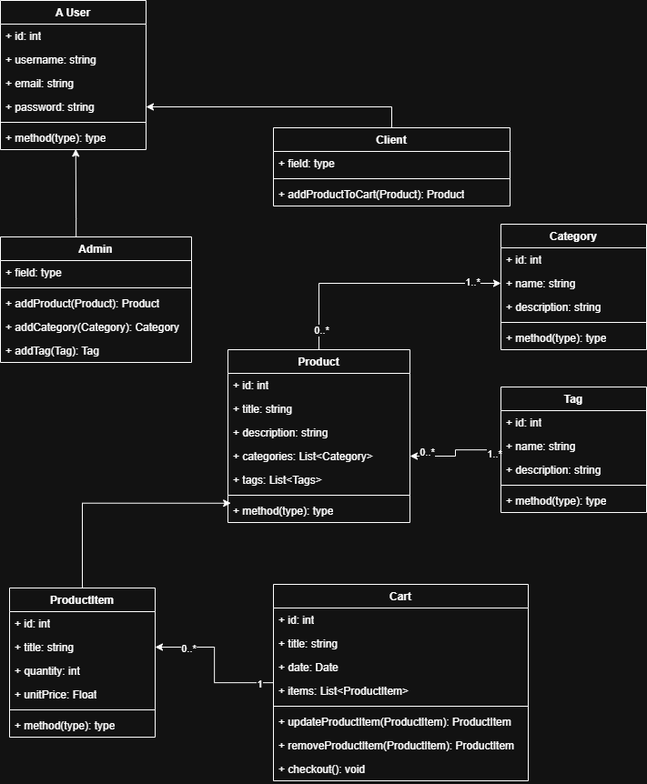
Above: backend/electroshop.png in shoumdi/e-commerce (draw.io), before the change. Source tidied: cells renumbered, new cells last; positions are measured from the earlier drawing's top-left corner, leaving out a move shared by most shapes.
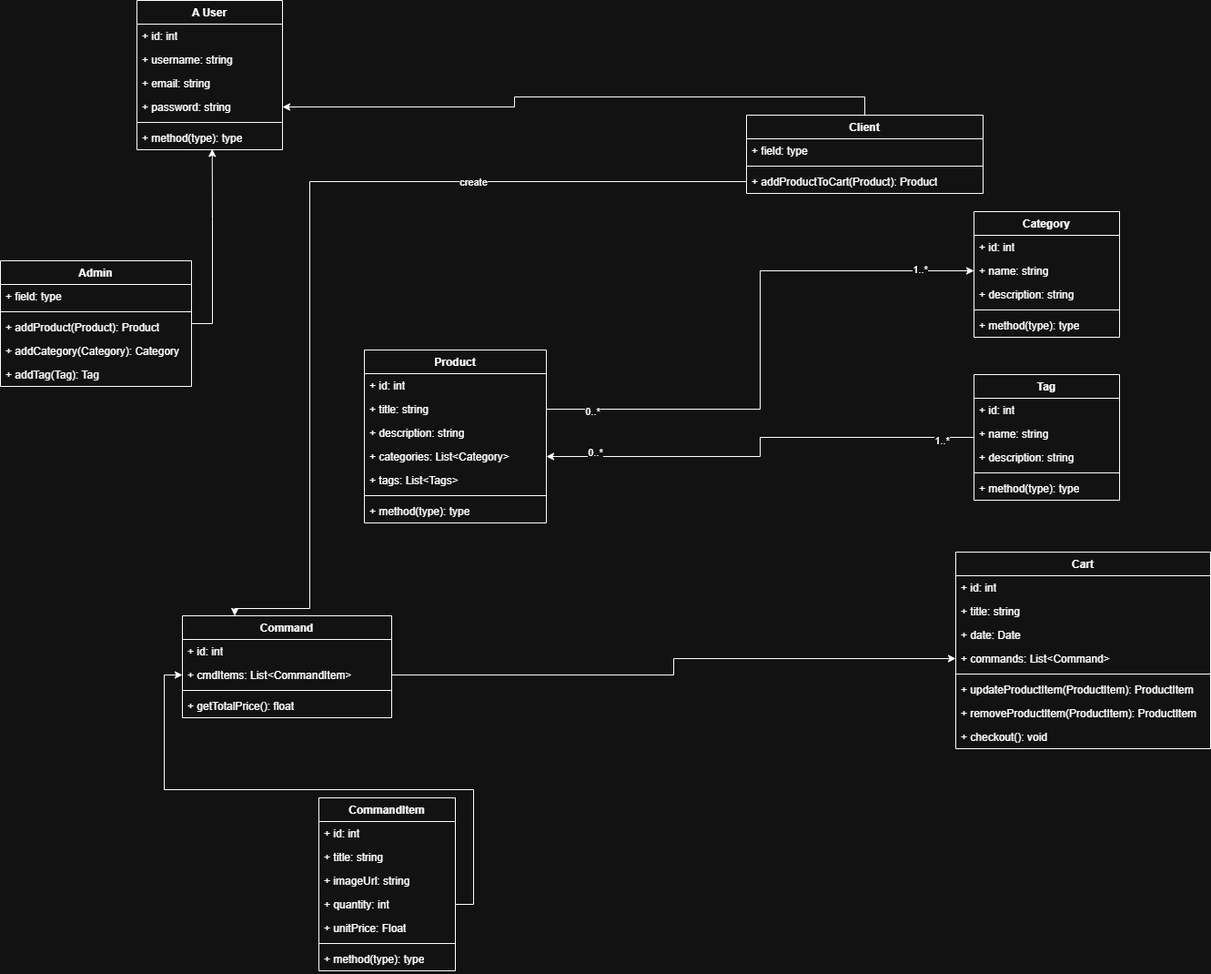
Above is the later version.

Commit message:
uml diagram

Change to the diagram source:
```diff
@@ -24,7 +24,7 @@
       <mxGeometry y="138" width="160" height="26" as="geometry" />
     </mxCell>
     <mxCell id="9" value="Admin" style="swimlane;fontStyle=1;align=center;verticalAlign=top;horizontal=1;startSize=26;whiteSpace=wrap;html=1;" parent="1" vertex="1">
-      <mxGeometry y="260" width="210" height="138" as="geometry" />
+      <mxGeometry x="-150" y="286" width="210" height="138" as="geometry" />
     </mxCell>
     <mxCell id="10" value="+ field: type" style="text;strokeColor=none;fillColor=none;align=left;verticalAlign=top;spacingLeft=4;spacingRight=4;overflow=hidden;whiteSpace=wrap;html=1;" parent="9" vertex="1">
       <mxGeometry y="26" width="210" height="26" as="geometry" />
@@ -53,7 +53,7 @@
       <mxGeometry relative="1" as="geometry" />
     </mxCell>
     <mxCell id="17" value="Client" style="swimlane;fontStyle=1;align=center;verticalAlign=top;horizontal=1;startSize=26;whiteSpace=wrap;html=1;" parent="1" vertex="1">
-      <mxGeometry x="300" y="140" width="260" height="86" as="geometry" />
+      <mxGeometry x="670" y="126" width="260" height="86" as="geometry" />
     </mxCell>
     <mxCell id="18" value="+ field: type" style="text;strokeColor=none;fillColor=none;align=left;verticalAlign=top;spacingLeft=4;spacingRight=4;overflow=hidden;whiteSpace=wrap;html=1;" parent="17" vertex="1">
       <mxGeometry y="26" width="260" height="26" as="geometry" />
@@ -65,7 +65,7 @@
       <mxGeometry y="60" width="260" height="26" as="geometry" />
     </mxCell>
     <mxCell id="21" value="Category" style="swimlane;fontStyle=1;align=center;verticalAlign=top;horizontal=1;startSize=26;whiteSpace=wrap;html=1;" parent="1" vertex="1">
-      <mxGeometry x="550" y="246" width="160" height="138" as="geometry" />
+      <mxGeometry x="920" y="232" width="160" height="138" as="geometry" />
     </mxCell>
     <mxCell id="22" value="+ id: int" style="text;strokeColor=none;fillColor=none;align=left;verticalAlign=top;spacingLeft=4;spacingRight=4;overflow=hidden;whiteSpace=wrap;html=1;" parent="21" vertex="1">
       <mxGeometry y="26" width="160" height="26" as="geometry" />
@@ -82,7 +82,7 @@
     <mxCell id="26" value="+ method(type): type" style="text;strokeColor=none;fillColor=none;align=left;verticalAlign=top;spacingLeft=4;spacingRight=4;overflow=hidden;whiteSpace=wrap;html=1;" parent="21" vertex="1">
       <mxGeometry y="112" width="160" height="26" as="geometry" />
     </mxCell>
-    <mxCell id="27" style="edgeStyle=orthogonalEdgeStyle;rounded=0;jettySize=auto;html=1;" parent="1" edge="1" source="30" target="23">
+    <mxCell id="27" style="edgeStyle=orthogonalEdgeStyle;rounded=0;jettySize=auto;html=1;exitX=1;exitY=0.5;exitDx=0;exitDy=0;" parent="1" edge="1" source="32" target="23">
       <mxGeometry relative="1" as="geometry" />
     </mxCell>
     <mxCell id="28" value="0..*" style="edgeLabel;html=1;align=center;verticalAlign=middle;" parent="27" vertex="1">
@@ -129,7 +129,7 @@
       <mxGeometry x="-0.85" y="3" relative="1" as="geometry" />
     </mxCell>
     <mxCell id="41" value="Tag" style="swimlane;fontStyle=1;align=center;verticalAlign=top;horizontal=1;startSize=26;whiteSpace=wrap;html=1;" parent="1" vertex="1">
-      <mxGeometry x="550" y="425" width="160" height="138" as="geometry" />
+      <mxGeometry x="920" y="411" width="160" height="138" as="geometry" />
     </mxCell>
     <mxCell id="42" value="+ id: int" style="text;strokeColor=none;fillColor=none;align=left;verticalAlign=top;spacingLeft=4;spacingRight=4;overflow=hidden;whiteSpace=wrap;html=1;" parent="41" vertex="1">
       <mxGeometry y="26" width="160" height="26" as="geometry" />
@@ -146,21 +146,8 @@
     <mxCell id="46" value="+ method(type): type" style="text;strokeColor=none;fillColor=none;align=left;verticalAlign=top;spacingLeft=4;spacingRight=4;overflow=hidden;whiteSpace=wrap;html=1;" parent="41" vertex="1">
       <mxGeometry y="112" width="160" height="26" as="geometry" />
     </mxCell>
-    <mxCell id="47" style="edgeStyle=orthogonalEdgeStyle;rounded=0;jettySize=auto;html=1;entryX=1;entryY=0.5;entryDx=0;entryDy=0;" parent="1" edge="1" source="50" target="61">
-      <mxGeometry relative="1" as="geometry" />
-    </mxCell>
-    <mxCell id="48" value="1" style="edgeLabel;html=1;align=center;verticalAlign=middle;" parent="47" vertex="1">
-      <mxGeometry x="-0.65" y="3" relative="1" as="geometry">
-        <mxPoint x="12" y="-3" as="offset" />
-      </mxGeometry>
-    </mxCell>
-    <mxCell id="49" value="0..*" style="edgeLabel;html=1;align=center;verticalAlign=middle;" parent="47" vertex="1">
-      <mxGeometry x="0.72" y="1" relative="1" as="geometry">
-        <mxPoint x="12" as="offset" />
-      </mxGeometry>
-    </mxCell>
     <mxCell id="50" value="Cart" style="swimlane;fontStyle=1;align=center;verticalAlign=top;horizontal=1;startSize=26;whiteSpace=wrap;html=1;" parent="1" vertex="1">
-      <mxGeometry x="300" y="642" width="280" height="216" as="geometry" />
+      <mxGeometry x="900" y="606" width="280" height="216" as="geometry" />
     </mxCell>
     <mxCell id="51" value="+ id: int" style="text;strokeColor=none;fillColor=none;align=left;verticalAlign=top;spacingLeft=4;spacingRight=4;overflow=hidden;whiteSpace=wrap;html=1;" parent="50" vertex="1">
       <mxGeometry y="26" width="280" height="26" as="geometry" />
@@ -171,7 +158,7 @@
     <mxCell id="53" value="+ date: Date" style="text;strokeColor=none;fillColor=none;align=left;verticalAlign=top;spacingLeft=4;spacingRight=4;overflow=hidden;whiteSpace=wrap;html=1;" parent="50" vertex="1">
       <mxGeometry y="78" width="280" height="26" as="geometry" />
     </mxCell>
-    <mxCell id="54" value="+ items: List&amp;lt;ProductItem&amp;gt;" style="text;strokeColor=none;fillColor=none;align=left;verticalAlign=top;spacingLeft=4;spacingRight=4;overflow=hidden;points=[[0,0.5],[1,0.5]];portConstraint=eastwest;whiteSpace=wrap;html=1;" parent="50" vertex="1">
+    <mxCell id="54" value="+ commands: List&amp;lt;Command&amp;gt;" style="text;strokeColor=none;fillColor=none;align=left;verticalAlign=top;spacingLeft=4;spacingRight=4;overflow=hidden;points=[[0,0.5],[1,0.5]];portConstraint=eastwest;whiteSpace=wrap;html=1;" parent="50" vertex="1">
       <mxGeometry y="104" width="280" height="26" as="geometry" />
     </mxCell>
     <mxCell id="55" style="line;strokeWidth=1;fillColor=none;align=left;verticalAlign=middle;spacingTop=-1;spacingLeft=3;spacingRight=3;labelPosition=right;strokeColor=inherit;" parent="50" vertex="1">
@@ -186,29 +173,63 @@
     <mxCell id="58" value="+ checkout(): void" style="text;strokeColor=none;fillColor=none;align=left;verticalAlign=top;spacingLeft=4;spacingRight=4;overflow=hidden;whiteSpace=wrap;html=1;" parent="50" vertex="1">
       <mxGeometry y="190" width="280" height="26" as="geometry" />
     </mxCell>
-    <mxCell id="59" value="ProductItem" style="swimlane;fontStyle=1;align=center;verticalAlign=top;horizontal=1;startSize=26;whiteSpace=wrap;html=1;" parent="1" vertex="1">
-      <mxGeometry x="10" y="646" width="160" height="164" as="geometry" />
+    <mxCell id="59" value="CommandItem" style="swimlane;fontStyle=1;align=center;verticalAlign=top;horizontal=1;startSize=26;whiteSpace=wrap;html=1;" parent="1" vertex="1">
+      <mxGeometry x="200" y="876" width="150" height="190" as="geometry" />
     </mxCell>
     <mxCell id="60" value="+ id: int" style="text;strokeColor=none;fillColor=none;align=left;verticalAlign=top;spacingLeft=4;spacingRight=4;overflow=hidden;whiteSpace=wrap;html=1;" parent="59" vertex="1">
-      <mxGeometry y="26" width="160" height="26" as="geometry" />
+      <mxGeometry y="26" width="150" height="26" as="geometry" />
     </mxCell>
     <mxCell id="61" value="+ title: string" style="text;strokeColor=none;fillColor=none;align=left;verticalAlign=top;spacingLeft=4;spacingRight=4;overflow=hidden;points=[[0,0.5],[1,0.5]];portConstraint=eastwest;whiteSpace=wrap;html=1;" parent="59" vertex="1">
-      <mxGeometry y="52" width="160" height="26" as="geometry" />
+      <mxGeometry y="52" width="150" height="26" as="geometry" />
     </mxCell>
+    <mxCell id="67" value="+ imageUrl: string" style="text;strokeColor=none;fillColor=none;align=left;verticalAlign=top;spacingLeft=4;spacingRight=4;overflow=hidden;whiteSpace=wrap;html=1;" parent="59" vertex="1">
+      <mxGeometry y="78" width="150" height="26" as="geometry" />
+    </mxCell>
     <mxCell id="62" value="+ quantity: int" style="text;strokeColor=none;fillColor=none;align=left;verticalAlign=top;spacingLeft=4;spacingRight=4;overflow=hidden;points=[[0,0.5],[1,0.5]];portConstraint=eastwest;whiteSpace=wrap;html=1;" parent="59" vertex="1">
-      <mxGeometry y="78" width="160" height="26" as="geometry" />
+      <mxGeometry y="104" width="150" height="26" as="geometry" />
     </mxCell>
     <mxCell id="63" value="+ unitPrice: Float" style="text;strokeColor=none;fillColor=none;align=left;verticalAlign=top;spacingLeft=4;spacingRight=4;overflow=hidden;whiteSpace=wrap;html=1;" parent="59" vertex="1">
-      <mxGeometry y="104" width="160" height="26" as="geometry" />
+      <mxGeometry y="130" width="150" height="26" as="geometry" />
     </mxCell>
     <mxCell id="64" style="line;strokeWidth=1;fillColor=none;align=left;verticalAlign=middle;spacingTop=-1;spacingLeft=3;spacingRight=3;labelPosition=right;strokeColor=inherit;" parent="59" vertex="1">
-      <mxGeometry y="130" width="160" height="8" as="geometry" />
+      <mxGeometry y="156" width="150" height="8" as="geometry" />
     </mxCell>
     <mxCell id="65" value="+ method(type): type" style="text;strokeColor=none;fillColor=none;align=left;verticalAlign=top;spacingLeft=4;spacingRight=4;overflow=hidden;whiteSpace=wrap;html=1;" parent="59" vertex="1">
-      <mxGeometry y="138" width="160" height="26" as="geometry" />
+      <mxGeometry y="164" width="150" height="26" as="geometry" />
     </mxCell>
-    <mxCell id="66" style="edgeStyle=orthogonalEdgeStyle;rounded=0;jettySize=auto;html=1;exitX=0.5;exitY=0;exitDx=0;exitDy=0;entryX=0.016;entryY=0.183;entryDx=0;entryDy=0;entryPerimeter=0;" parent="1" edge="1" source="59" target="37">
-      <mxGeometry relative="1" as="geometry" />
-    </mxCell>
+    <mxCell id="68" value="Command" style="swimlane;fontStyle=1;align=center;verticalAlign=top;horizontal=1;startSize=26;whiteSpace=wrap;html=1;" parent="1" vertex="1">
+      <mxGeometry x="50" y="676" width="230" height="112" as="geometry" />
+    </mxCell>
+    <mxCell id="69" value="+ id: int" style="text;strokeColor=none;fillColor=none;align=left;verticalAlign=top;spacingLeft=4;spacingRight=4;overflow=hidden;whiteSpace=wrap;html=1;" parent="68" vertex="1">
+      <mxGeometry y="26" width="230" height="26" as="geometry" />
+    </mxCell>
+    <mxCell id="70" value="+ cmdItems: List&amp;lt;CommandItem&amp;gt;" style="text;strokeColor=none;fillColor=none;align=left;verticalAlign=top;spacingLeft=4;spacingRight=4;overflow=hidden;points=[[0,0.5],[1,0.5]];portConstraint=eastwest;whiteSpace=wrap;html=1;" parent="68" vertex="1">
+      <mxGeometry y="52" width="230" height="26" as="geometry" />
+    </mxCell>
+    <mxCell id="71" style="line;strokeWidth=1;fillColor=none;align=left;verticalAlign=middle;spacingTop=-1;spacingLeft=3;spacingRight=3;labelPosition=right;strokeColor=inherit;" parent="68" vertex="1">
+      <mxGeometry y="78" width="230" height="8" as="geometry" />
+    </mxCell>
+    <mxCell id="72" value="+ getTotalPrice(): float" style="text;strokeColor=none;fillColor=none;align=left;verticalAlign=top;spacingLeft=4;spacingRight=4;overflow=hidden;whiteSpace=wrap;html=1;" parent="68" vertex="1">
+      <mxGeometry y="86" width="230" height="26" as="geometry" />
+    </mxCell>
+    <mxCell id="73" style="edgeStyle=orthogonalEdgeStyle;rounded=0;jettySize=auto;html=1;exitX=1;exitY=0.5;exitDx=0;exitDy=0;entryX=0;entryY=0.5;entryDx=0;entryDy=0;" parent="1" edge="1" source="70" target="54">
+      <mxGeometry relative="1" as="geometry" />
+    </mxCell>
+    <mxCell id="74" style="edgeStyle=orthogonalEdgeStyle;rounded=0;jettySize=auto;html=1;exitX=1;exitY=0.5;exitDx=0;exitDy=0;entryX=0;entryY=0.5;entryDx=0;entryDy=0;" parent="1" edge="1" source="62" target="70">
+      <mxGeometry relative="1" as="geometry" />
+    </mxCell>
+    <mxCell id="75" style="edgeStyle=orthogonalEdgeStyle;rounded=0;jettySize=auto;html=1;exitX=0;exitY=0.5;exitDx=0;exitDy=0;entryX=0.25;entryY=0;entryDx=0;entryDy=0;" parent="1" edge="1" source="20" target="68">
+      <mxGeometry relative="1" as="geometry">
+        <Array as="points">
+          <mxPoint x="190" y="199" />
+          <mxPoint x="190" y="668" />
+        </Array>
+      </mxGeometry>
+    </mxCell>
+    <mxCell id="76" value="create" style="edgeLabel;html=1;align=center;verticalAlign=middle;" parent="75" vertex="1">
+      <mxGeometry x="-0.46" y="9" relative="1" as="geometry">
+        <mxPoint x="-17" y="-9" as="offset" />
+      </mxGeometry>
+    </mxCell>
   </root>
 </mxGraphModel>
```
